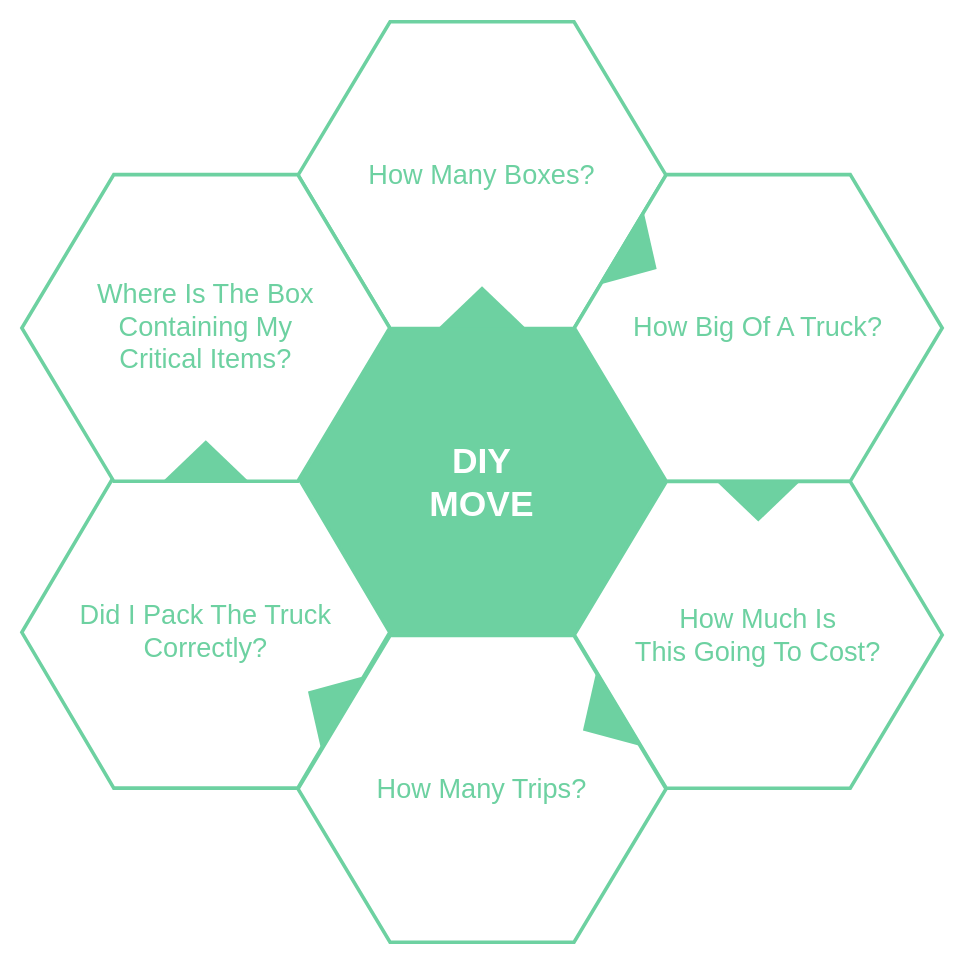
Before: page "Problem" (2 of 2) of Documents/Problem_Solution_Characteristics.drawio in LP-76/load.in, a draw.io diagram. Source tidied: cells renumbered, new cells numbered last; positions are measured from the earlier drawing's top-left corner, leaving out a move shared by most shapes. Both pictures are drawn from the tidied source at 118%, with x=0, y=0 at pixel (21, 21).
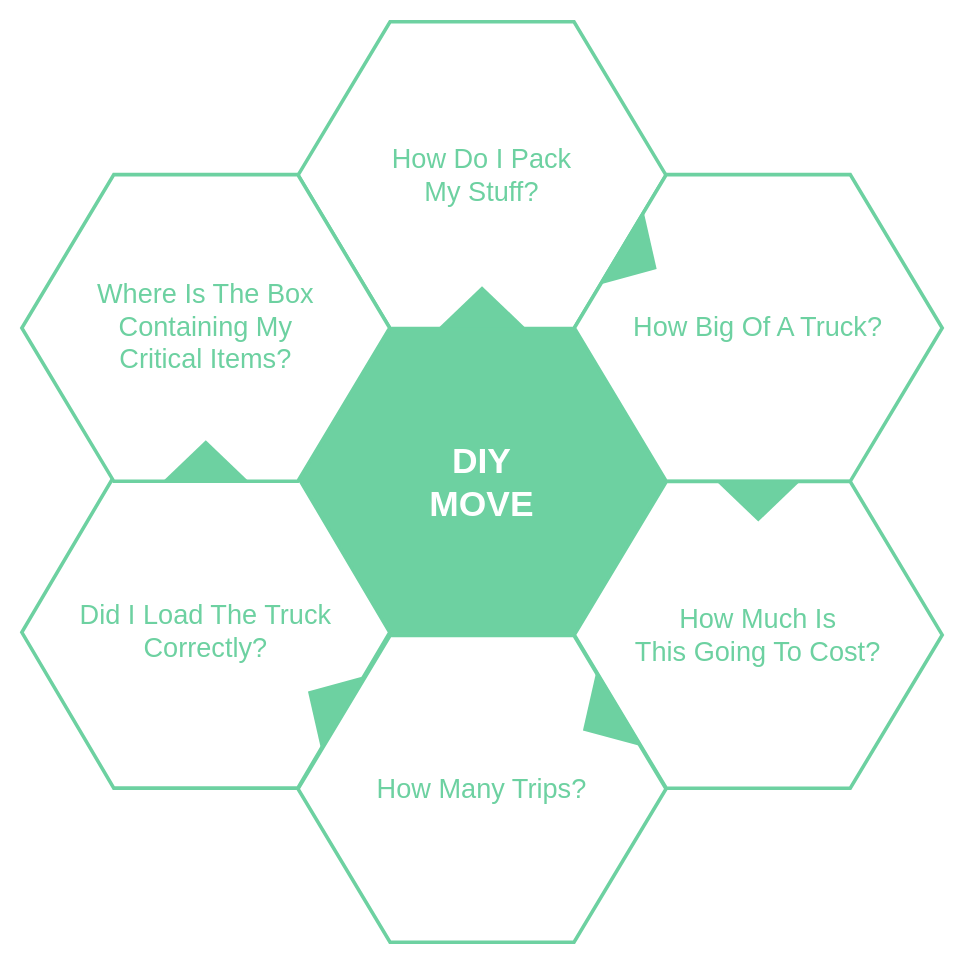
The same page after the edit.

Change to the diagram source:
```diff
@@
 <mxGraphModel>
   <root>
     <mxCell id="0" />
     <mxCell id="1" parent="0" />
     <mxCell id="2" value="&lt;font color=&quot;#ffffff&quot;&gt;&lt;span style=&quot;font-size: 30px&quot;&gt;&lt;b&gt;DIY&lt;br&gt;MOVE&lt;br&gt;&lt;/b&gt;&lt;/span&gt;&lt;/font&gt;" style="shape=hexagon;perimeter=hexagonPerimeter2;whiteSpace=wrap;html=1;shadow=0;labelBackgroundColor=none;gradientColor=none;fontFamily=Helvetica;fontSize=23;fontColor=#23445d;align=center;strokeWidth=3;fillColor=#6DD1A1;strokeColor=#6DD1A1;" parent="1" vertex="1">
       <mxGeometry x="234.1" y="260.1" width="311.8" height="259.9" as="geometry" />
     </mxCell>
     <mxCell id="3" style="triangle;whiteSpace=wrap;html=1;shadow=0;labelBackgroundColor=none;strokeColor=none;fillColor=#FFFFFF;fontFamily=Helvetica;fontSize=17;fontColor=#23445d;align=center;rotation=90;gradientColor=none;flipV=1;flipH=1;opacity=20;" parent="1" vertex="1">
       <mxGeometry x="115" y="278" width="72" height="152" as="geometry" />
     </mxCell>
-    <mxCell id="4" value="How Many Boxes?" style="shape=hexagon;perimeter=hexagonPerimeter2;whiteSpace=wrap;html=1;shadow=0;labelBackgroundColor=none;fillColor=#ffffff;gradientColor=none;fontFamily=Helvetica;fontSize=23;align=center;strokeWidth=3;fontColor=#6DD1A1;strokeColor=#6DD1A1;" parent="1" vertex="1">
+    <mxCell id="4" value="How Do I Pack &lt;br&gt;My Stuff?" style="shape=hexagon;perimeter=hexagonPerimeter2;whiteSpace=wrap;html=1;shadow=0;labelBackgroundColor=none;fillColor=#ffffff;gradientColor=none;fontFamily=Helvetica;fontSize=23;align=center;strokeWidth=3;fontColor=#6DD1A1;strokeColor=#6DD1A1;" parent="1" vertex="1">
       <mxGeometry x="234.1" width="311.8" height="259.9" as="geometry" />
     </mxCell>
     <mxCell id="5" value="&lt;font style=&quot;font-size: 23px&quot;&gt;How Big Of A Truck?&lt;/font&gt;" style="shape=hexagon;perimeter=hexagonPerimeter2;whiteSpace=wrap;html=1;shadow=0;labelBackgroundColor=none;fillColor=#FFFFFF;gradientColor=none;fontFamily=Helvetica;fontSize=23;align=center;strokeWidth=3;fontColor=#6DD1A1;strokeColor=#6DD1A1;" parent="1" vertex="1">
       <mxGeometry x="468.2" y="129.5" width="311.8" height="259.9" as="geometry" />
     </mxCell>
     <mxCell id="6" value="&lt;font style=&quot;font-size: 23px&quot;&gt;How Much Is &lt;br&gt;This Going To Cost?&lt;/font&gt;" style="shape=hexagon;perimeter=hexagonPerimeter2;whiteSpace=wrap;html=1;shadow=0;labelBackgroundColor=none;fillColor=#FFFFFF;gradientColor=none;fontFamily=Helvetica;fontSize=23;align=center;strokeWidth=3;fontColor=#6DD1A1;strokeColor=#6DD1A1;" parent="1" vertex="1">
       <mxGeometry x="468.2" y="389.6" width="311.8" height="259.9" as="geometry" />
     </mxCell>
     <mxCell id="7" value="How Many Trips?" style="shape=hexagon;perimeter=hexagonPerimeter2;whiteSpace=wrap;html=1;shadow=0;labelBackgroundColor=none;fillColor=#FFFFFF;gradientColor=none;fontFamily=Helvetica;fontSize=23;align=center;strokeWidth=3;fontColor=#6DD1A1;strokeColor=#6DD1A1;" parent="1" vertex="1">
       <mxGeometry x="234.1" y="520.1" width="311.8" height="259.9" as="geometry" />
     </mxCell>
-    <mxCell id="8" value="&lt;font style=&quot;font-size: 23px&quot;&gt;Did I Pack The Truck Correctly?&lt;br&gt;&lt;/font&gt;" style="shape=hexagon;perimeter=hexagonPerimeter2;whiteSpace=wrap;html=1;shadow=0;labelBackgroundColor=none;fillColor=#FFFFFF;gradientColor=none;fontFamily=Helvetica;fontSize=23;align=center;strokeWidth=3;fontColor=#6DD1A1;strokeColor=#6DD1A1;" parent="1" vertex="1">
+    <mxCell id="8" value="&lt;font style=&quot;font-size: 23px&quot;&gt;Did I Load The Truck Correctly?&lt;br&gt;&lt;/font&gt;" style="shape=hexagon;perimeter=hexagonPerimeter2;whiteSpace=wrap;html=1;shadow=0;labelBackgroundColor=none;fillColor=#FFFFFF;gradientColor=none;fontFamily=Helvetica;fontSize=23;align=center;strokeWidth=3;fontColor=#6DD1A1;strokeColor=#6DD1A1;" parent="1" vertex="1">
       <mxGeometry y="385.3" width="311.8" height="264.1" as="geometry" />
     </mxCell>
     <mxCell id="9" value="&lt;font style=&quot;font-size: 23px&quot;&gt;Where Is The Box&lt;br&gt;&amp;nbsp;Containing My&amp;nbsp;&lt;br&gt;Critical Items?&lt;br&gt;&lt;/font&gt;" style="shape=hexagon;perimeter=hexagonPerimeter2;whiteSpace=wrap;html=1;shadow=0;labelBackgroundColor=none;fillColor=#ffffff;gradientColor=none;fontFamily=Helvetica;fontSize=23;align=center;strokeWidth=3;fontColor=#6DD1A1;strokeColor=#6DD1A1;" parent="1" vertex="1">
       <mxGeometry y="129.5" width="311.8" height="259.9" as="geometry" />
     </mxCell>
     <mxCell id="10" style="triangle;whiteSpace=wrap;html=1;shadow=0;labelBackgroundColor=none;strokeColor=none;fontFamily=Helvetica;fontSize=17;fontColor=#23445d;align=center;rotation=31;gradientColor=none;strokeWidth=3;fillColor=#6DD1A1;" parent="1" vertex="1">
       <mxGeometry x="505.5" y="164" width="35" height="73" as="geometry" />
     </mxCell>
     <mxCell id="11" style="triangle;whiteSpace=wrap;html=1;shadow=0;labelBackgroundColor=none;strokeColor=none;fontFamily=Helvetica;fontSize=17;fontColor=#23445d;align=center;rotation=31;gradientColor=none;flipH=1;strokeWidth=3;fillColor=#6DD1A1;" parent="1" vertex="1">
       <mxGeometry x="240" y="540" width="35" height="73" as="geometry" />
     </mxCell>
     <mxCell id="12" style="triangle;whiteSpace=wrap;html=1;shadow=0;labelBackgroundColor=none;strokeColor=none;fontFamily=Helvetica;fontSize=17;fontColor=#23445d;align=center;rotation=-90;gradientColor=none;strokeWidth=3;fillColor=#6DD1A1;" parent="1" vertex="1">
       <mxGeometry x="372.5" y="205" width="35" height="73" as="geometry" />
     </mxCell>
     <mxCell id="13" style="triangle;whiteSpace=wrap;html=1;shadow=0;labelBackgroundColor=none;strokeColor=none;fontFamily=Helvetica;fontSize=17;fontColor=#23445d;align=center;rotation=329;gradientColor=none;flipH=1;strokeWidth=3;fillColor=#6DD1A1;" parent="1" vertex="1">
       <mxGeometry x="473" y="555" width="35" height="73" as="geometry" />
     </mxCell>
     <mxCell id="14" style="triangle;whiteSpace=wrap;html=1;shadow=0;labelBackgroundColor=none;strokeColor=none;fontFamily=Helvetica;fontSize=17;fontColor=#23445d;align=center;rotation=90;gradientColor=none;strokeWidth=3;fillColor=#6DD1A1;" parent="1" vertex="1">
       <mxGeometry x="606.6" y="369.5" width="35" height="73" as="geometry" />
     </mxCell>
     <mxCell id="15" style="triangle;whiteSpace=wrap;html=1;shadow=0;labelBackgroundColor=none;strokeColor=none;fontFamily=Helvetica;fontSize=17;fontColor=#23445d;align=center;rotation=90;gradientColor=none;flipH=1;strokeWidth=3;fillColor=#6DD1A1;" parent="1" vertex="1">
       <mxGeometry x="138.4" y="335.5" width="35" height="73" as="geometry" />
     </mxCell>
   </root>
 </mxGraphModel>
```
